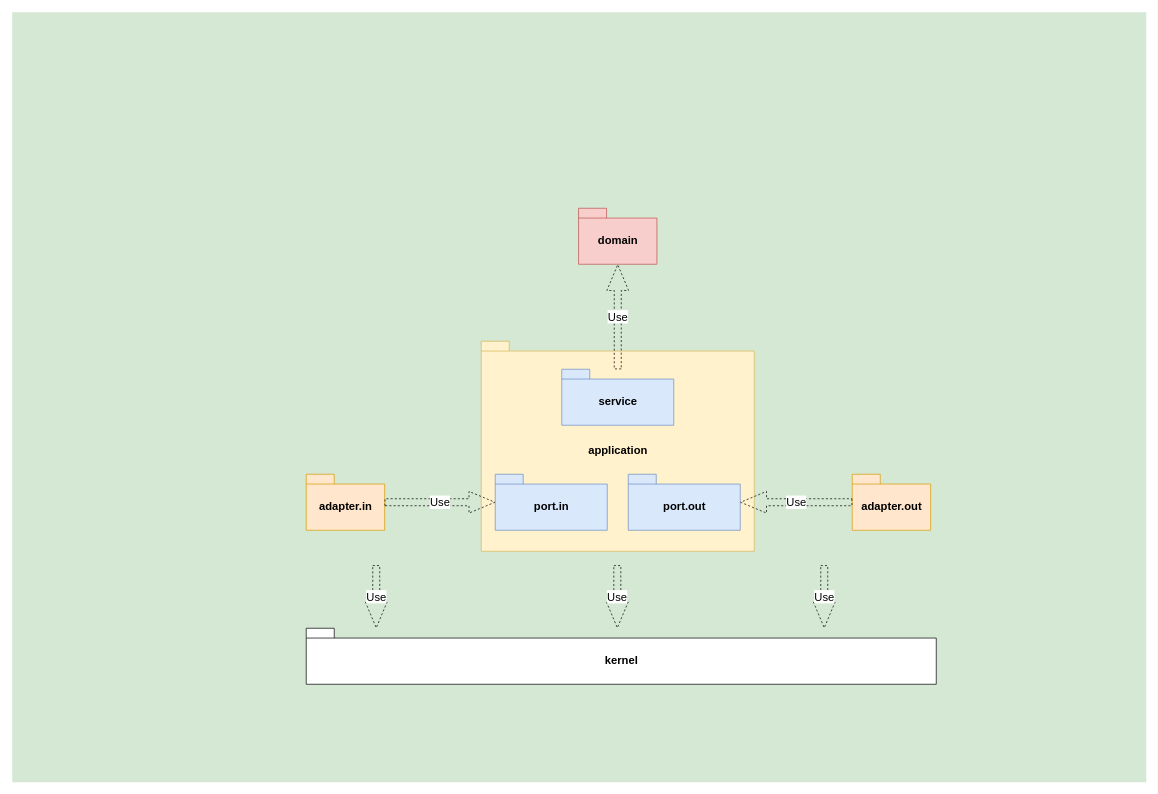
The draw.io diagram page "dependence" (3 of 3) of schemas/drawio/ArchiTradeMe.drawio in ConfrerieDuPlaid/ArchiTradeMe, before the edit. Source tidied: cells renumbered, new cells numbered last; positions are measured from the earlier drawing's top-left corner, leaving out a move shared by most shapes. Both pictures are drawn from the tidied source at 70%, with x=0, y=0 at pixel (12, 12).
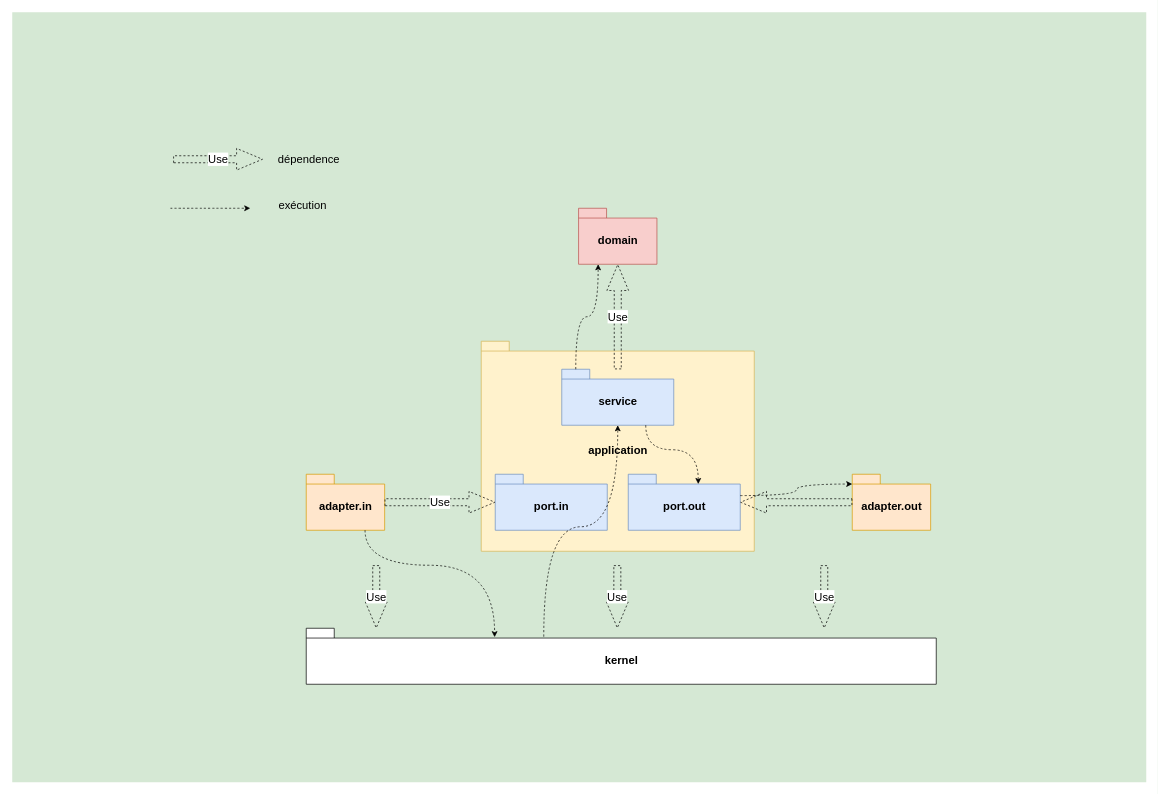
The same page after the edit.

Commit message:
add exection flow

Unchanged cells that the change refers to:
```xml
<mxCell id="3" value="domain" style="shape=folder;fontStyle=1;spacingTop=10;tabWidth=40;tabHeight=14;tabPosition=left;html=1;fontSize=16;fillColor=#f8cecc;strokeColor=#b85450;" parent="1" vertex="1">
  <mxGeometry x="809" y="280" width="112" height="80" as="geometry" />
</mxCell>
<mxCell id="4" value="kernel" style="shape=folder;fontStyle=1;spacingTop=10;tabWidth=40;tabHeight=14;tabPosition=left;html=1;fontSize=16;" parent="1" vertex="1">
  <mxGeometry x="420" y="880" width="900" height="80" as="geometry" />
</mxCell>
<mxCell id="5" value="adapter.in" style="shape=folder;fontStyle=1;spacingTop=10;tabWidth=40;tabHeight=14;tabPosition=left;html=1;fontSize=16;fillColor=#ffe6cc;strokeColor=#d79b00;" parent="1" vertex="1">
  <mxGeometry x="420" y="660" width="112" height="80" as="geometry" />
</mxCell>
<mxCell id="8" value="port.out" style="shape=folder;fontStyle=1;spacingTop=10;tabWidth=40;tabHeight=14;tabPosition=left;html=1;fontSize=16;fillColor=#dae8fc;strokeColor=#6c8ebf;" parent="1" vertex="1">
  <mxGeometry x="880" y="660" width="160" height="80" as="geometry" />
</mxCell>
<mxCell id="10" value="adapter.out" style="shape=folder;fontStyle=1;spacingTop=10;tabWidth=40;tabHeight=14;tabPosition=left;html=1;fontSize=16;fillColor=#ffe6cc;strokeColor=#d79b00;" parent="1" vertex="1">
  <mxGeometry x="1200" y="660" width="112" height="80" as="geometry" />
</mxCell>
<mxCell id="16" value="service" style="shape=folder;fontStyle=1;spacingTop=10;tabWidth=40;tabHeight=14;tabPosition=left;html=1;fontSize=16;fillColor=#dae8fc;strokeColor=#6c8ebf;" parent="1" vertex="1">
  <mxGeometry x="785" y="510" width="160" height="80" as="geometry" />
</mxCell>
```

Diff of the diagram source:
```diff
@@
-    <mxCell id="11" value="Use" style="endArrow=open;endSize=12;dashed=1;html=1;rounded=0;fontSize=16;shape=flexArrow;" parent="1" edge="1" source="10" target="8">
+    <mxCell id="11" style="endArrow=open;endSize=12;dashed=1;html=1;rounded=0;fontSize=16;shape=flexArrow;" parent="1" edge="1" source="10" target="8">
       <mxGeometry relative="1" as="geometry" />
     </mxCell>
@@
+    <mxCell id="17" style="endArrow=classic;html=1;rounded=0;fontSize=16;dashed=1;entryX=0.299;entryY=0.159;entryDx=0;entryDy=0;entryPerimeter=0;edgeStyle=orthogonalEdgeStyle;curved=1;exitX=0.75;exitY=1;exitDx=0;exitDy=0;exitPerimeter=0;" parent="1" edge="1" source="5" target="4">
+      <mxGeometry relative="1" as="geometry">
+        <Array as="points">
+          <mxPoint x="504" y="790" />
+          <mxPoint x="689" y="790" />
+        </Array>
+      </mxGeometry>
+    </mxCell>
+    <mxCell id="18" style="endArrow=classic;html=1;rounded=0;fontSize=16;dashed=1;edgeStyle=orthogonalEdgeStyle;curved=1;entryX=0.25;entryY=1;entryDx=0;entryDy=0;entryPerimeter=0;exitX=0;exitY=0;exitDx=20;exitDy=0;exitPerimeter=0;" parent="1" edge="1" source="16" target="3">
+      <mxGeometry relative="1" as="geometry" />
+    </mxCell>
+    <mxCell id="19" style="endArrow=classic;html=1;rounded=0;fontSize=16;dashed=1;edgeStyle=orthogonalEdgeStyle;curved=1;entryX=0;entryY=0;entryDx=100;entryDy=14;entryPerimeter=0;exitX=0.75;exitY=1;exitDx=0;exitDy=0;exitPerimeter=0;" parent="1" edge="1" source="16" target="8">
+      <mxGeometry relative="1" as="geometry" />
+    </mxCell>
+    <mxCell id="20" style="endArrow=classic;html=1;rounded=0;fontSize=16;dashed=1;edgeStyle=orthogonalEdgeStyle;curved=1;entryX=0;entryY=0;entryDx=0;entryDy=14;entryPerimeter=0;exitX=0;exitY=0;exitDx=160;exitDy=30.5;exitPerimeter=0;" parent="1" edge="1" source="8" target="10">
+      <mxGeometry relative="1" as="geometry" />
+    </mxCell>
+    <mxCell id="21" value="Use" style="endArrow=open;endSize=12;dashed=1;html=1;rounded=0;fontSize=16;shape=flexArrow;" parent="1" edge="1" target="22">
+      <mxGeometry relative="1" as="geometry">
+        <mxPoint x="230" y="210" as="sourcePoint" />
+      </mxGeometry>
+    </mxCell>
+    <mxCell id="22" value="dépendence" style="text;html=1;strokeColor=none;fillColor=none;align=center;verticalAlign=middle;whiteSpace=wrap;rounded=0;fontSize=16;" parent="1" vertex="1">
+      <mxGeometry x="358" y="195" width="132" height="30" as="geometry" />
+    </mxCell>
+    <mxCell id="23" style="endArrow=classic;html=1;rounded=0;fontSize=16;dashed=1;exitX=0;exitY=0;exitDx=76;exitDy=14;exitPerimeter=0;edgeStyle=orthogonalEdgeStyle;curved=1;" parent="1" edge="1">
+      <mxGeometry relative="1" as="geometry">
+        <mxPoint x="226" y="280" as="sourcePoint" />
+        <mxPoint x="340" y="280" as="targetPoint" />
+      </mxGeometry>
+    </mxCell>
+    <mxCell id="24" value="exécution" style="text;html=1;strokeColor=none;fillColor=none;align=center;verticalAlign=middle;whiteSpace=wrap;rounded=0;fontSize=16;" parent="1" vertex="1">
+      <mxGeometry x="370" y="260" width="90" height="30" as="geometry" />
+    </mxCell>
+    <mxCell id="25" style="endArrow=classic;html=1;rounded=0;fontSize=16;dashed=1;edgeStyle=orthogonalEdgeStyle;curved=1;exitX=0.377;exitY=0.15;exitDx=0;exitDy=0;exitPerimeter=0;" parent="1" edge="1" source="4" target="16">
+      <mxGeometry relative="1" as="geometry" />
+    </mxCell>
```
